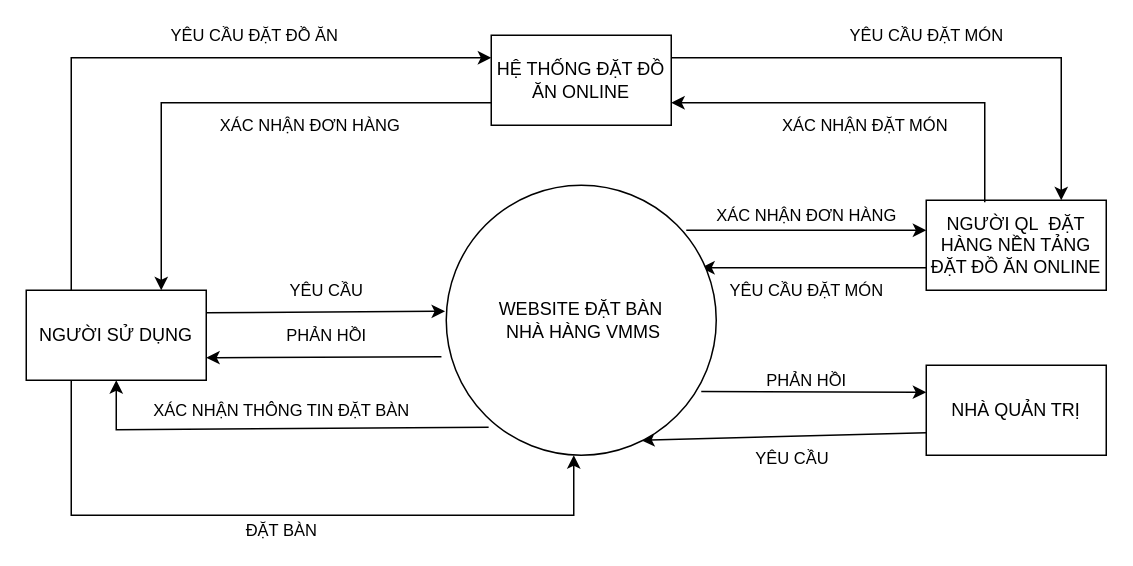
The draw.io diagram page "context Diagram" (1 of 12) of Biểu đồ không có tiêu đề.drawio in trucka312/diagram, before the edit. Source tidied: cells renumbered, new cells numbered last; positions are measured from the earlier drawing's top-left corner, leaving out a move shared by most shapes. Both pictures are drawn from the tidied source at 150%, with x=0, y=0 at pixel (26, 34).
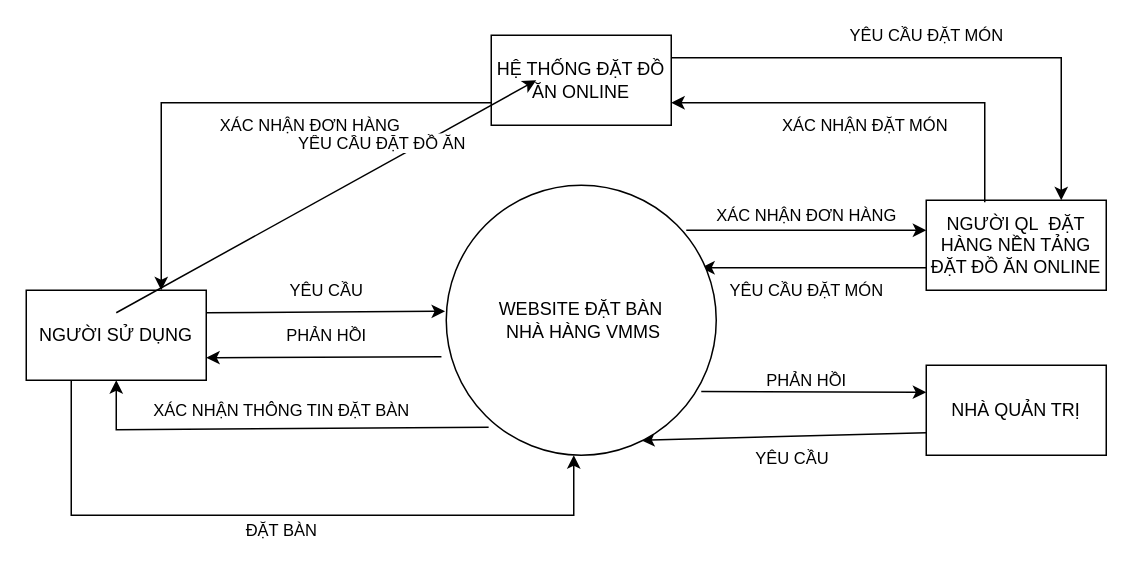
The same page after the edit.

Commit message:
Cập nhật Biểu đồ không có tiêu đề.drawio

Unchanged cells that the change refers to:
```xml
<mxCell id="2" value="NGƯỜI SỬ DỤNG" style="rounded=0;whiteSpace=wrap;html=1;" parent="1" vertex="1">
  <mxGeometry y="170" width="120" height="60" as="geometry" />
</mxCell>
<mxCell id="14" value="HỆ THỐNG ĐẶT ĐỒ ĂN ONLINE" style="rounded=0;whiteSpace=wrap;html=1;" parent="1" vertex="1">
  <mxGeometry x="310" width="120" height="60" as="geometry" />
</mxCell>
```

The edit, as a diff of the source:
```diff
@@
-    <mxCell id="15" style="endArrow=classic;html=1;rounded=0;exitX=0.25;exitY=0;exitDx=0;exitDy=0;entryX=0;entryY=0.25;entryDx=0;entryDy=0;" parent="1" edge="1" source="2" target="14">
+    <mxCell id="15" style="endArrow=classic;html=1;rounded=0;exitX=0.25;exitY=0;exitDx=0;exitDy=0;entryX=0;entryY=0.25;entryDx=0;entryDy=0;" parent="1" edge="1">
       <mxGeometry relative="1" as="geometry">
-        <Array as="points">
-          <mxPoint x="30" y="15" />
-        </Array>
+        <mxPoint x="60" y="185" as="sourcePoint" />
+        <mxPoint x="340" y="30" as="targetPoint" />
       </mxGeometry>
     </mxCell>
```
